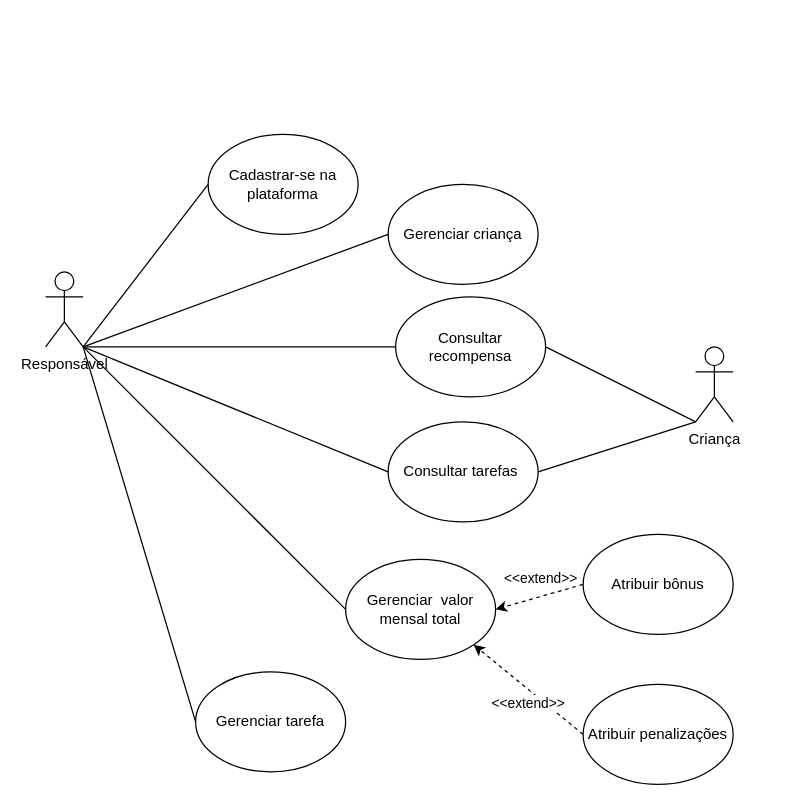
Matheus-Juliao/Projeto-Modelagem-De-Sistemas keeps this draw.io diagram as Diagrama_de_caso_de_uso_projeto.drawio. Above is the earlier version. Source tidied: cells renumbered, new cells numbered last; positions are measured from the earlier drawing's top-left corner, leaving out a move shared by most shapes. Both pictures are drawn from the tidied source at 125%, with x=0, y=0 at pixel (45, 134).
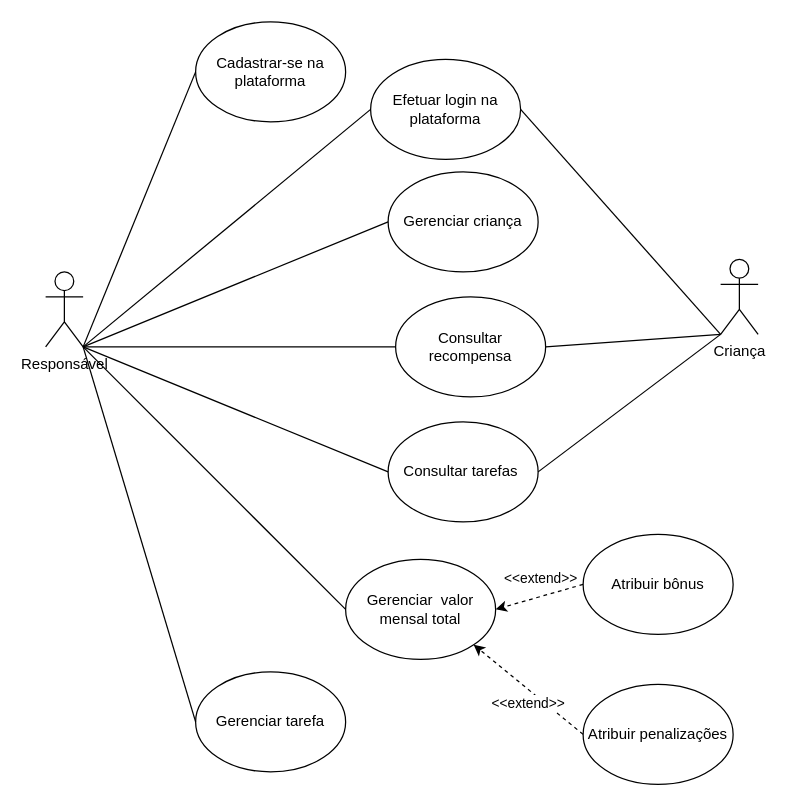
After the change.

Commit message:
added new use case

Unchanged cells that the change refers to:
```xml
<mxCell id="2" value="Responsável" style="shape=umlActor;verticalLabelPosition=bottom;verticalAlign=top;html=1;outlineConnect=0;" parent="1" vertex="1">
  <mxGeometry y="110" width="30" height="60" as="geometry" />
</mxCell>
```

What changed in the source:
```diff
@@
     <mxCell id="3" value="Criança" style="shape=umlActor;verticalLabelPosition=bottom;verticalAlign=top;html=1;outlineConnect=0;" parent="1" vertex="1">
-      <mxGeometry x="520" y="170" width="30" height="60" as="geometry" />
+      <mxGeometry x="540" y="100" width="30" height="60" as="geometry" />
     </mxCell>
     <mxCell id="4" value="Cadastrar-se na plataforma" style="ellipse;whiteSpace=wrap;html=1;" parent="1" vertex="1">
-      <mxGeometry x="130" width="120" height="80" as="geometry" />
+      <mxGeometry x="120" y="-90" width="120" height="80" as="geometry" />
     </mxCell>
     <mxCell id="5" value="Gerenciar&amp;nbsp;criança" style="ellipse;whiteSpace=wrap;html=1;" parent="1" vertex="1">
-      <mxGeometry x="274" y="40" width="120" height="80" as="geometry" />
+      <mxGeometry x="274" y="30" width="120" height="80" as="geometry" />
     </mxCell>
@@
+    <mxCell id="24" value="Efetuar login na plataforma" style="ellipse;whiteSpace=wrap;html=1;" parent="1" vertex="1">
+      <mxGeometry x="260" y="-60" width="120" height="80" as="geometry" />
+    </mxCell>
+    <mxCell id="25" style="endArrow=none;html=1;rounded=0;entryX=1;entryY=1;entryDx=0;entryDy=0;entryPerimeter=0;exitX=0;exitY=0.5;exitDx=0;exitDy=0;" parent="1" edge="1" source="24" target="2">
+      <mxGeometry relative="1" as="geometry" />
+    </mxCell>
+    <mxCell id="26" style="endArrow=none;html=1;rounded=0;entryX=1;entryY=0.5;entryDx=0;entryDy=0;exitX=0;exitY=1;exitDx=0;exitDy=0;exitPerimeter=0;" parent="1" edge="1" source="3" target="24">
+      <mxGeometry relative="1" as="geometry" />
+    </mxCell>
```
